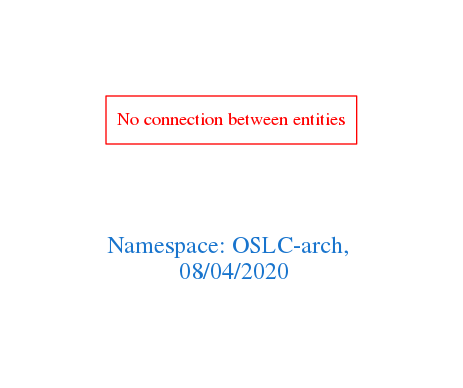
The Graphviz diagram downloads/OSLC-arch.png in arago/OGIT, before a commit. Its source is kept beside it as downloads/OSLC-arch.dot.
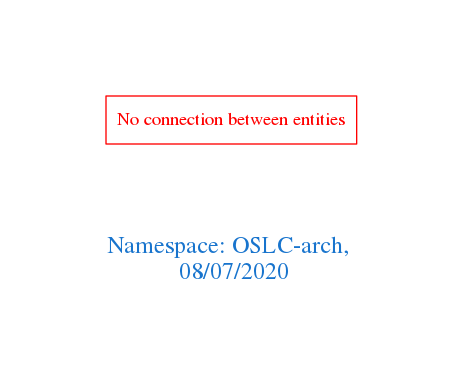
Later version of the same file.

What changed in the source:
```diff
@@ -1,7 +1,7 @@
 digraph OGIT_ontology {
  graph [ rankdir= LR,pad=1
 fontsize = 18,
-fontcolor= dodgerblue3,label = "\n\n\nNamespace: OSLC-arch, \n 08/04/2020"];
+fontcolor= dodgerblue3,label = "\n\n\nNamespace: OSLC-arch, \n 08/07/2020"];
 node[shape=polygon];
 edge [  color="gray81"];
 
```
